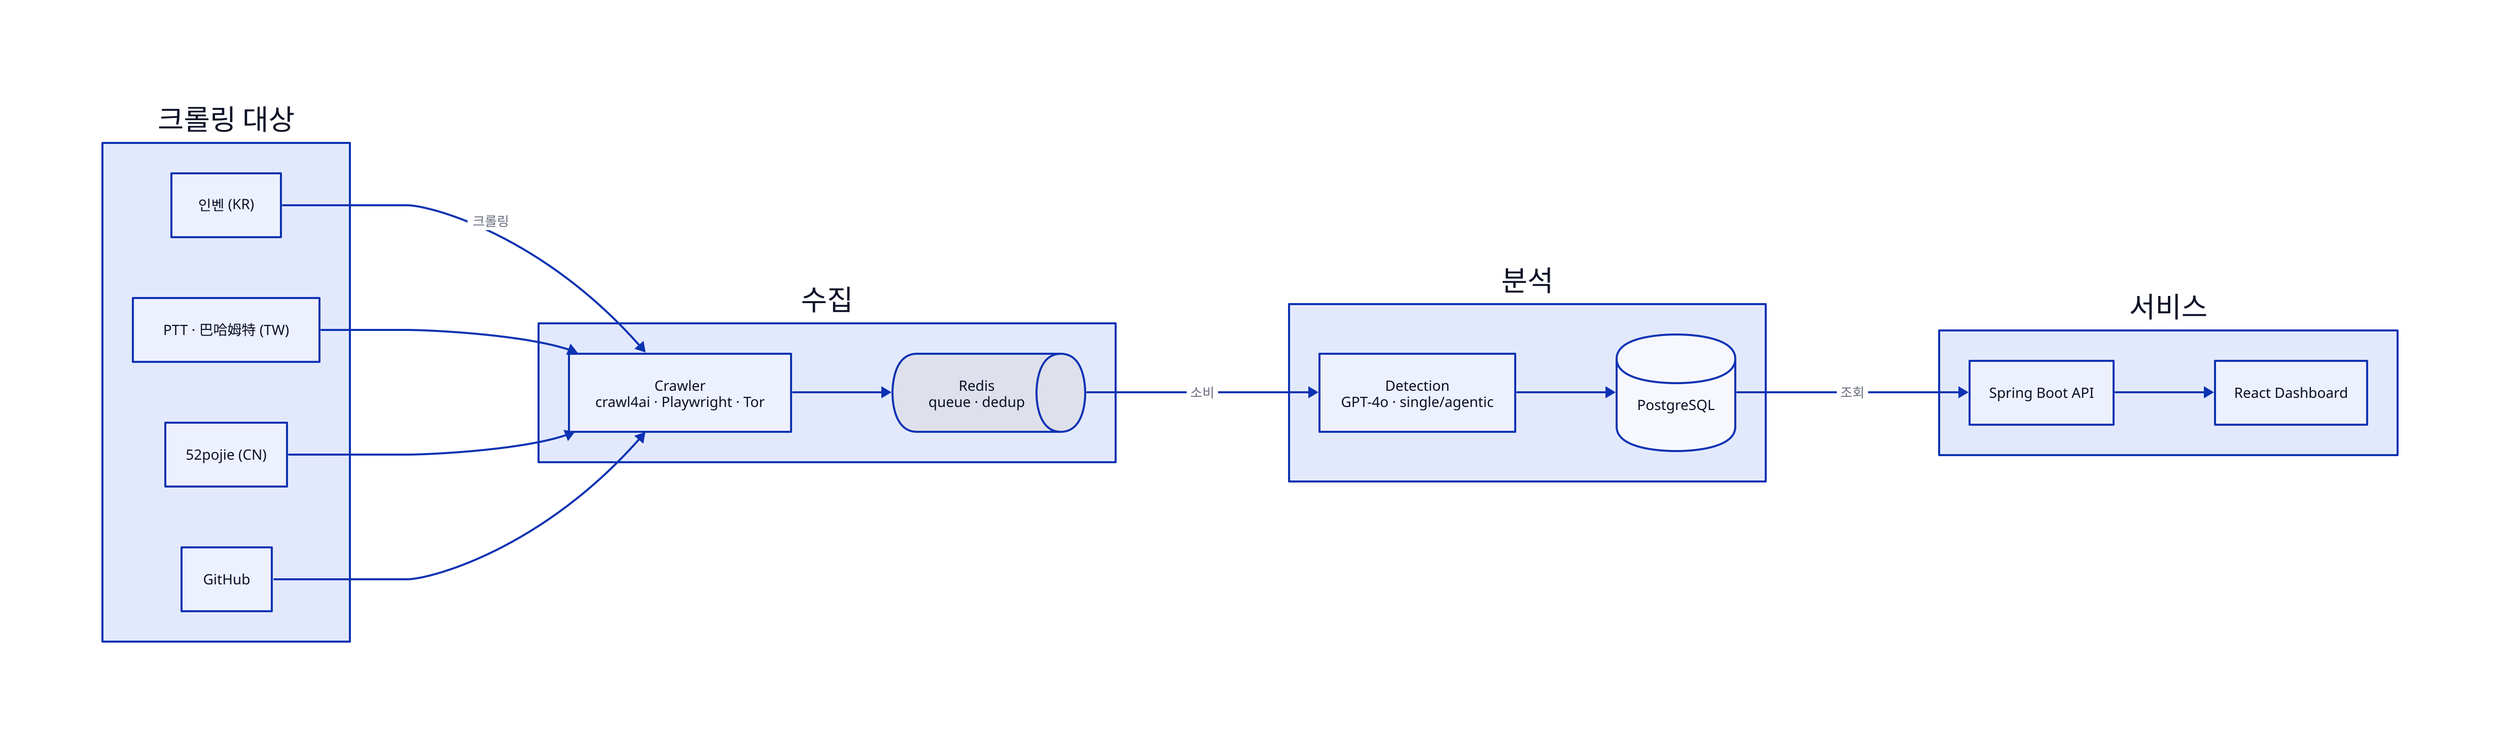
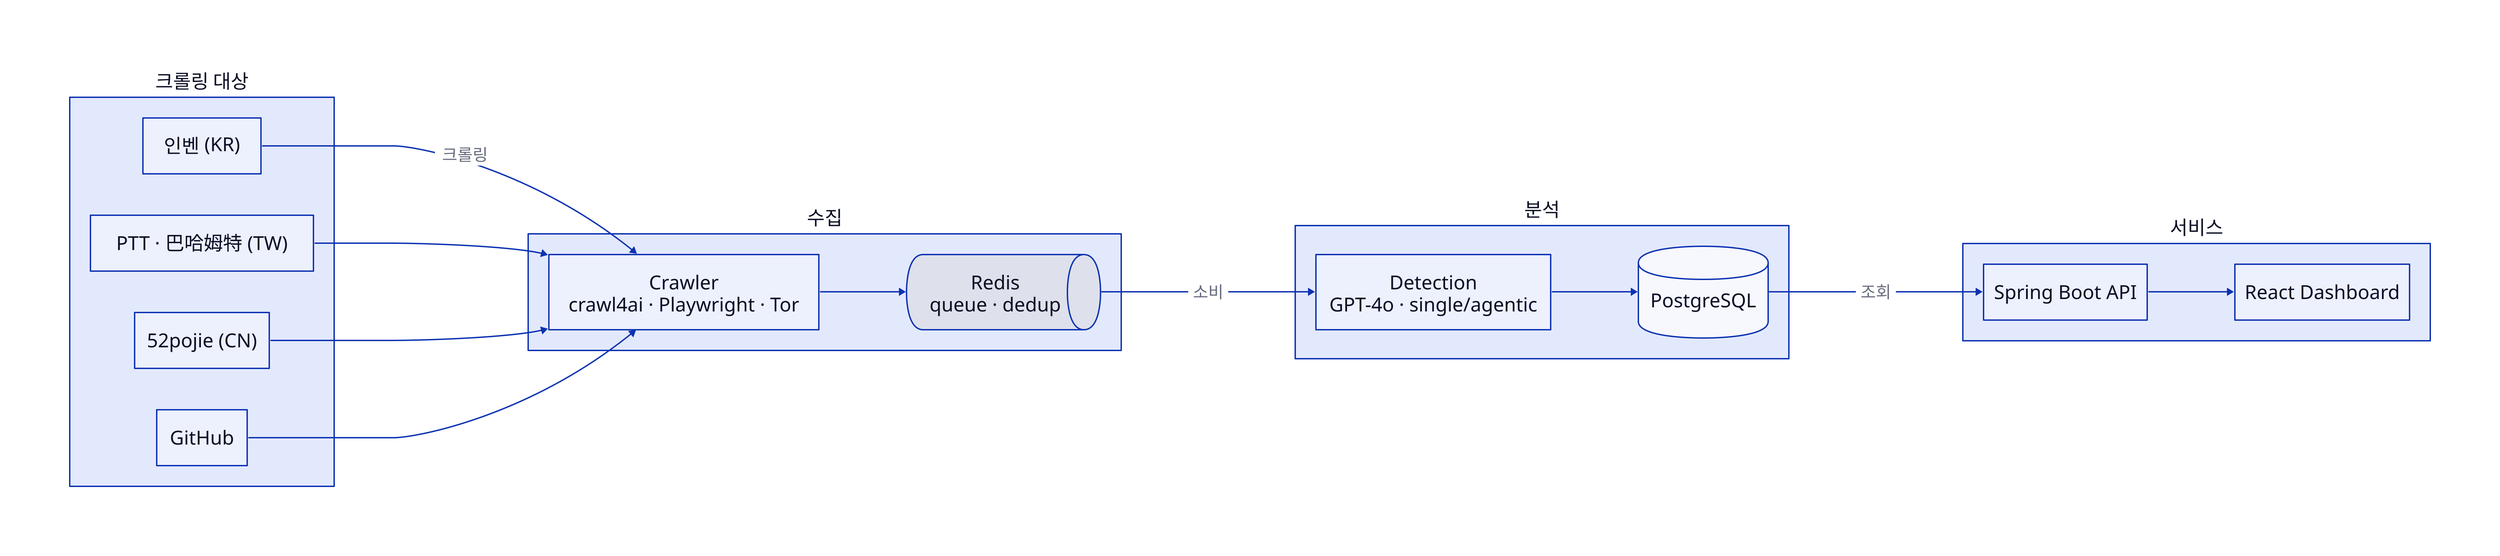
direction: right

sites: "크롤링 대상" {
  direction: down
  kr: "인벤 (KR)" {
    shape: rectangle
-     style.font-size: 14
+     style.font-size: 28
  }
  tw: "PTT · 巴哈姆特 (TW)" {
    shape: rectangle
-     style.font-size: 14
+     style.font-size: 28
  }
  cn: "52pojie (CN)" {
    shape: rectangle
-     style.font-size: 14
+     style.font-size: 28
  }
  gh: "GitHub" {
    shape: rectangle
-     style.font-size: 14
+     style.font-size: 28
  }
}

수집: {
  direction: down
  crawler: "Crawler\ncrawl4ai · Playwright · Tor" {
    shape: rectangle
-     style.font-size: 14
+     style.font-size: 28
  }
  redis: "Redis\nqueue · dedup" {
    shape: queue
-     style.font-size: 14
+     style.font-size: 28
  }
  crawler -> redis
}

분석: {
  direction: down
  detection: "Detection\nGPT-4o · single/agentic" {
    shape: rectangle
-     style.font-size: 14
+     style.font-size: 28
  }
  rds: "PostgreSQL" {
    shape: cylinder
-     style.font-size: 14
+     style.font-size: 28
  }
  detection -> rds
}

서비스: {
  direction: down
  api: "Spring Boot API" {
    shape: rectangle
-     style.font-size: 14
+     style.font-size: 28
  }
  dashboard: "React Dashboard" {
    shape: rectangle
-     style.font-size: 14
+     style.font-size: 28
  }
  api -> dashboard
}

- sites.kr -> 수집.crawler: "크롤링" { style.font-size: 13 }
+ sites.kr -> 수집.crawler: "크롤링" { style.font-size: 24 }
sites.tw -> 수집.crawler
sites.cn -> 수집.crawler
sites.gh -> 수집.crawler
- 수집.redis -> 분석.detection: "소비" { style.font-size: 13 }
- 분석.rds -> 서비스.api: "조회" { style.font-size: 13 }
+ 수집.redis -> 분석.detection: "소비" { style.font-size: 24 }
+ 분석.rds -> 서비스.api: "조회" { style.font-size: 24 }
